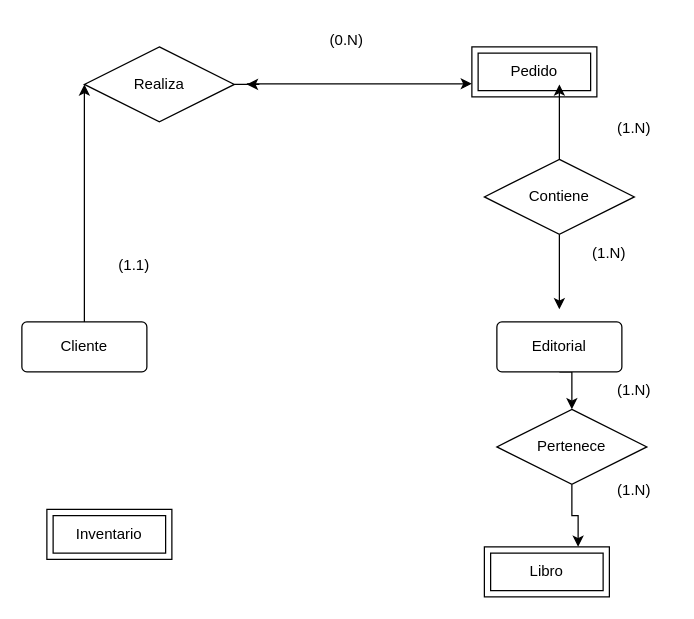
Earlier version of the draw.io diagram db/modelo.drawio (Sergio-Tolaba/ds_ej). Source tidied: cells renumbered, new cells numbered last; positions are measured from the earlier drawing's top-left corner, leaving out a move shared by most shapes. Both pictures are drawn from the tidied source at 125%, with x=0, y=0 at pixel (21, 21).
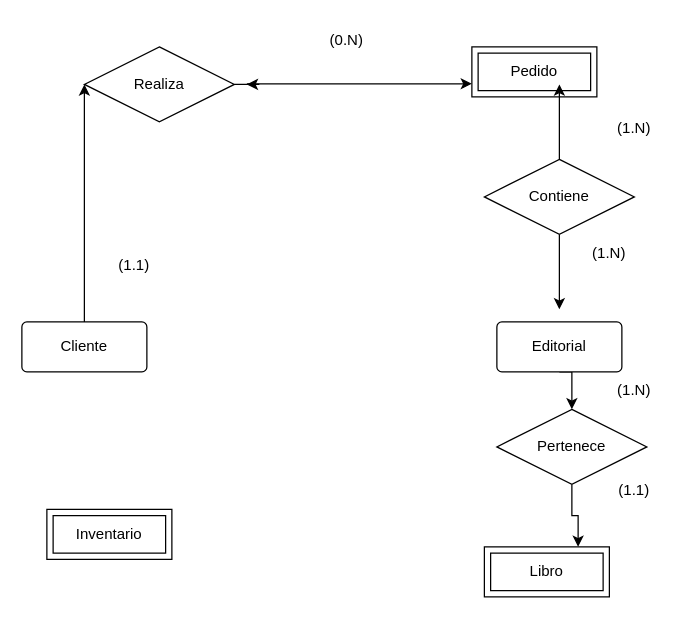
Above is the later version.

What changed in the source:
```diff
@@
-    <mxCell id="22" value="(1.N)" style="text;html=1;align=center;verticalAlign=middle;whiteSpace=wrap;rounded=0;" parent="1" vertex="1">
+    <mxCell id="22" value="(1.1)" style="text;html=1;align=center;verticalAlign=middle;whiteSpace=wrap;rounded=0;" parent="1" vertex="1">
       <mxGeometry x="460" y="360" width="60" height="30" as="geometry" />
     </mxCell>
```
